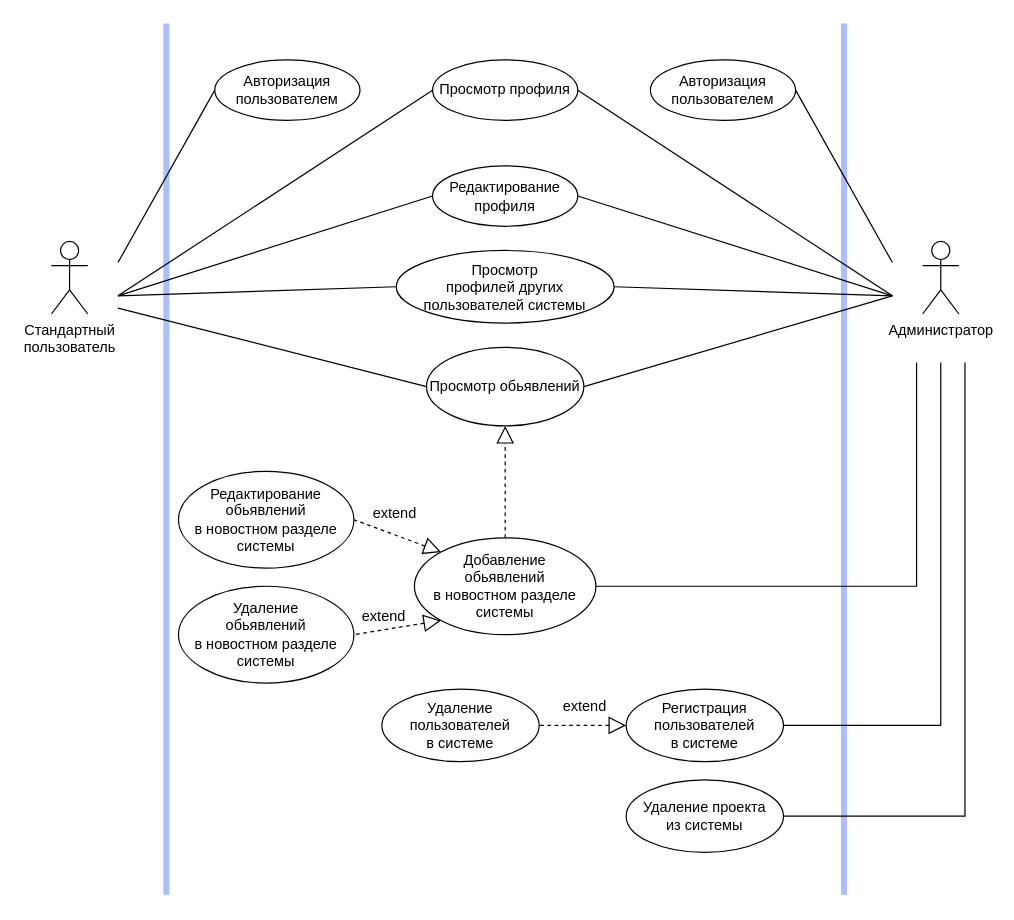
Before: page "Page-5" (2 of 4) of doc/use-case.drawio in UlrixSingle/task-manager-suai-23, a draw.io diagram. Source tidied: cells renumbered, new cells numbered last; positions are measured from the earlier drawing's top-left corner, leaving out a move shared by most shapes. Both pictures are drawn from the tidied source at 121%, with x=0, y=0 at pixel (21, 23).
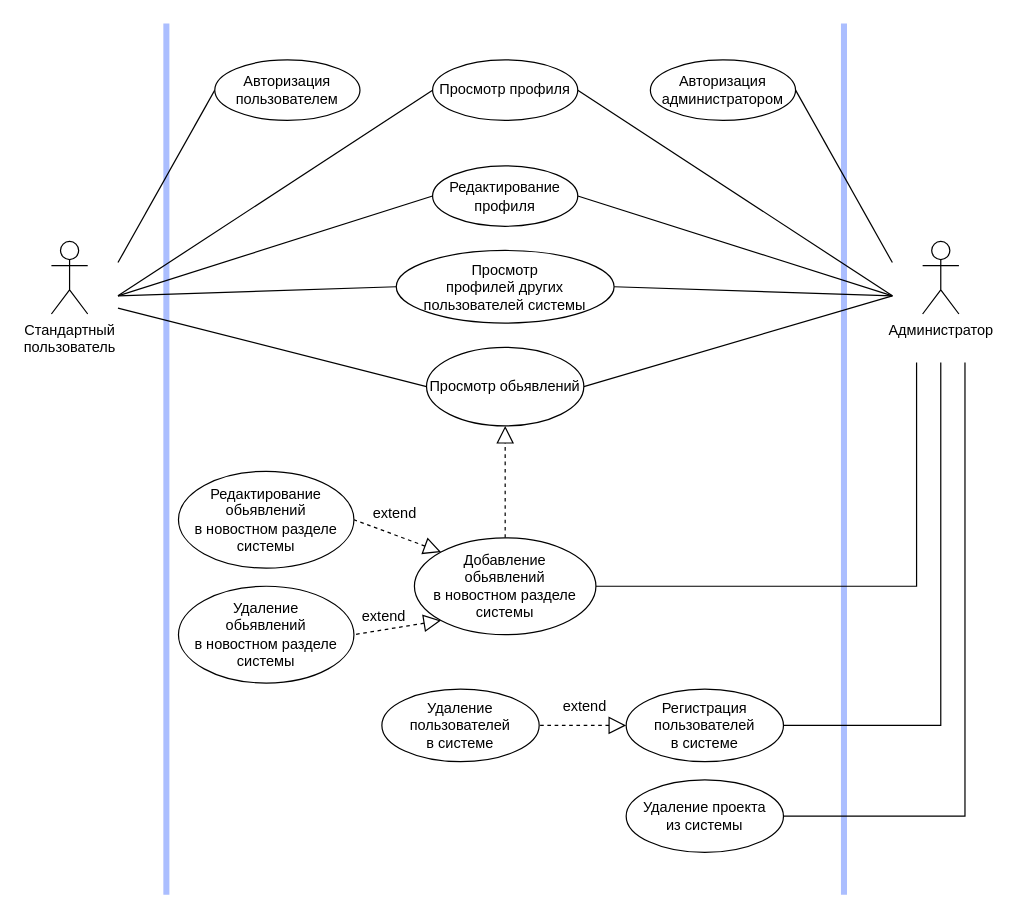
Above is the later version.

Diff of the diagram source:
```diff
@@
-    <mxCell id="23" value="Авторизация&lt;br&gt;пользователем" style="ellipse;whiteSpace=wrap;html=1;" parent="1" vertex="1">
+    <mxCell id="23" value="Авторизация&lt;br&gt;администратором" style="ellipse;whiteSpace=wrap;html=1;" parent="1" vertex="1">
       <mxGeometry x="520" y="30" width="120" height="50" as="geometry" />
     </mxCell>
```
